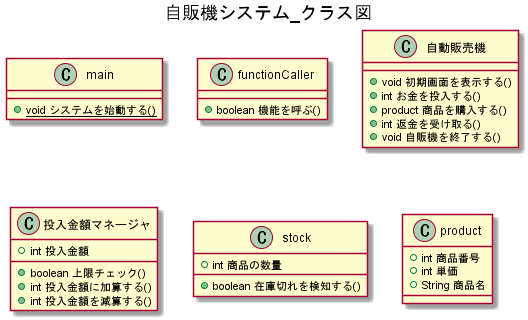
This is UML_class_sequence/自販機システム_クラス図.png from W-Nakayama-24/VendingMachine_CUI, a PlantUML export, as it was before one commit.
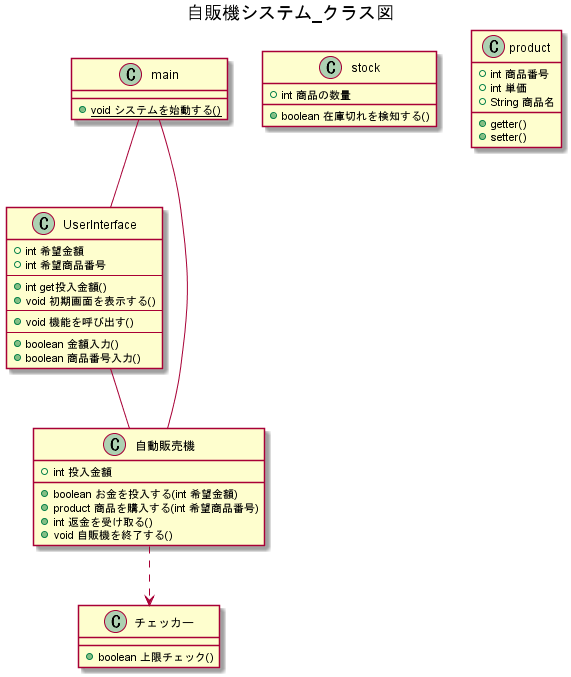
After the change.

Commit message:
FIX classDiag_and_sequence01

Change to the diagram source:
```diff
@@ -1,28 +1,42 @@
 @startuml
 title 自販機システム_クラス図
+
+main -- UserInterface
+main -- 自動販売機
+UserInterface -- 自動販売機
+自動販売機 ..> チェッカー
+
 
 class main {
     +{static}void システムを始動する()
 }
 
-class functionCaller {
-    +boolean 機能を呼ぶ()
+class UserInterface {
+    +int 希望金額
+    +int 希望商品番号
+    --
+    +int get投入金額()
+    +void 初期画面を表示する()
+    --
+    +void 機能を呼び出す()
+    --
+    +boolean 金額入力()
+    +boolean 商品番号入力()
 }
 
 class 自動販売機 {
-    +void 初期画面を表示する()
-    +int お金を投入する()
-    +product 商品を購入する()
+    +int 投入金額
+    +boolean お金を投入する(int 希望金額)
+    +product 商品を購入する(int 希望商品番号)
     +int 返金を受け取る()
     +void 自販機を終了する()
 }
 
-class 投入金額マネージャ{
-    +int 投入金額
+class チェッカー{
     +boolean 上限チェック()
-    +int 投入金額に加算する()
-    +int 投入金額を減算する()
 }
+
+
 
 class stock {
     +int 商品の数量
@@ -33,6 +47,8 @@
     +int 商品番号
     +int 単価
     +String 商品名
+    +getter()
+    +setter()
 }
 
 
```
